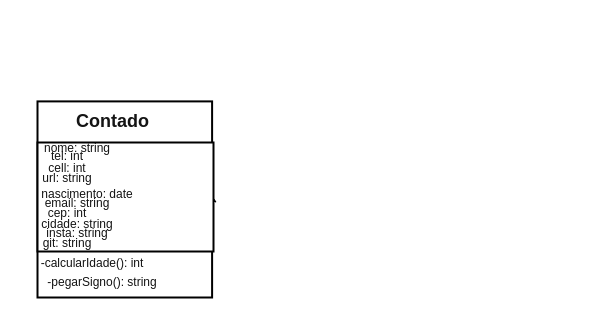
The draw.io diagram draw.drawio in nathanhalgumacoisa/projetoAgenda, before the edit. Source tidied: cells renumbered, new cells numbered last; positions are measured from the earlier drawing's top-left corner, leaving out a move shared by most shapes. Both pictures are drawn from the tidied source at 100%, with x=0, y=0 at pixel (17, 17).
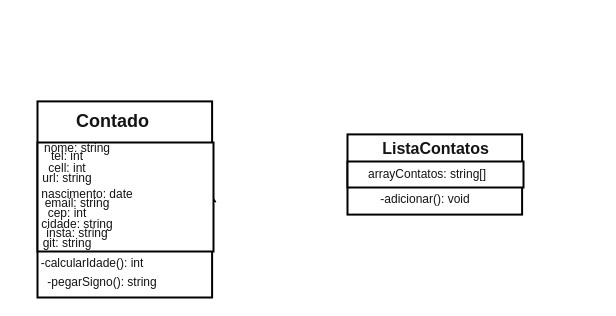
After the change.

Commit message (it also covers changes not shown here):
new feat: class ListaContatos

The edit, as a diff of the source:
```diff
@@
+    <mxCell id="19" style="group;fontSize=12;fontColor=#141414;" parent="1" vertex="1">
+      <mxGeometry x="330" y="33" width="252" height="248.1" as="geometry" />
+    </mxCell>
+    <mxCell id="20" style="group;fontSize=12;fontColor=#141414;" parent="19" vertex="1">
+      <mxGeometry y="83.9" width="176" height="80.2" as="geometry" />
+    </mxCell>
+    <mxCell id="21" style="edgeStyle=none;html=1;exitX=1;exitY=0.5;exitDx=0;exitDy=0;fontSize=12;fontColor=#141414;" parent="20" edge="1" source="22">
+      <mxGeometry relative="1" as="geometry">
+        <mxPoint x="173.9" y="40.1" as="targetPoint" />
+      </mxGeometry>
+    </mxCell>
+    <mxCell id="22" style="rounded=0;whiteSpace=wrap;html=1;fillColor=#FFFFFF;fontColor=#ffffff;strokeColor=#000000;strokeWidth=2;fontSize=12;" parent="20" vertex="1">
+      <mxGeometry width="174.6" height="80.2" as="geometry" />
+    </mxCell>
+    <mxCell id="23" style="rounded=0;whiteSpace=wrap;html=1;fillColor=#FFFFFF;fontColor=#ffffff;strokeColor=#000000;strokeWidth=2;fontSize=12;" parent="20" vertex="1">
+      <mxGeometry y="27.1" width="176" height="26" as="geometry" />
+    </mxCell>
+    <mxCell id="24" value="ListaContatos" style="text;strokeColor=none;fillColor=none;html=1;fontSize=16;fontStyle=1;verticalAlign=middle;align=center;fontColor=#141414;" parent="20" vertex="1">
+      <mxGeometry x="33" y="-6.9" width="110" height="41" as="geometry" />
+    </mxCell>
+    <mxCell id="25" value="arrayContatos: string[]" style="text;html=1;strokeColor=none;fillColor=none;align=center;verticalAlign=middle;whiteSpace=wrap;rounded=0;fontSize=12;fontColor=#141414;" parent="20" vertex="1">
+      <mxGeometry y="19.6" width="160" height="41" as="geometry" />
+    </mxCell>
+    <mxCell id="26" value="-adicionar(): void" style="text;html=1;strokeColor=none;fillColor=none;align=center;verticalAlign=middle;whiteSpace=wrap;rounded=0;fontSize=12;fontColor=#141414;" parent="20" vertex="1">
+      <mxGeometry x="13" y="50.2" width="130" height="30" as="geometry" />
+    </mxCell>
```
